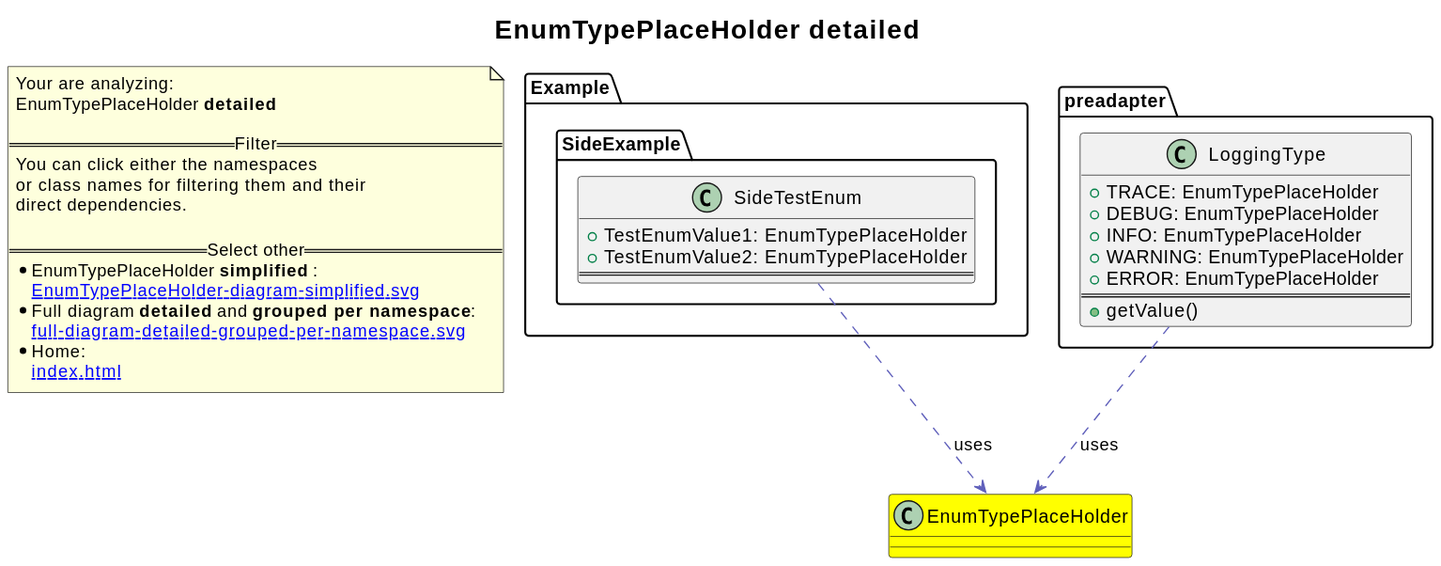
Earlier version of the PlantUML export revenger-java-adapter.out/EnumTypePlaceHolder-diagram-detailed.svg (2BlackCoffees/revenger). The source it was exported from:
```plantuml
@startuml
title <size:20>EnumTypePlaceHolder **detailed** </size>
note "Your are analyzing:\nEnumTypePlaceHolder **detailed** \n\n==Filter==\nYou can click either the namespaces \nor class names for filtering them and their\ndirect dependencies.\n\n==Select other==\n* EnumTypePlaceHolder **simplified** :\n   [[EnumTypePlaceHolder-diagram-simplified.svg]]\n* Full diagram **detailed** and **grouped per namespace**:\n   [[full-diagram-detailed-grouped-per-namespace.svg]]\n* Home:\n   [[index.html]]" as FloatingNote
class EnumTypePlaceHolder [[EnumTypePlaceHolder-diagram-detailed.svg]] #yellow {
}
  class Example.SideExample.SideTestEnum [[Example.SideExample.SideTestEnum-diagram-detailed.svg]]  {
    + TestEnumValue1: EnumTypePlaceHolder
    + TestEnumValue2: EnumTypePlaceHolder
==
  }
class preadapter.LoggingType [[preadapter.LoggingType-diagram-detailed.svg]]  {
  + TRACE: EnumTypePlaceHolder
  + DEBUG: EnumTypePlaceHolder
  + INFO: EnumTypePlaceHolder
  + WARNING: EnumTypePlaceHolder
  + ERROR: EnumTypePlaceHolder
==
  + getValue(<font color="6060BB"></font>)
}
Example.SideExample.SideTestEnum .[#6060BB].> EnumTypePlaceHolder  : uses
preadapter.LoggingType .[#6060BB].> EnumTypePlaceHolder  : uses
@enduml
```
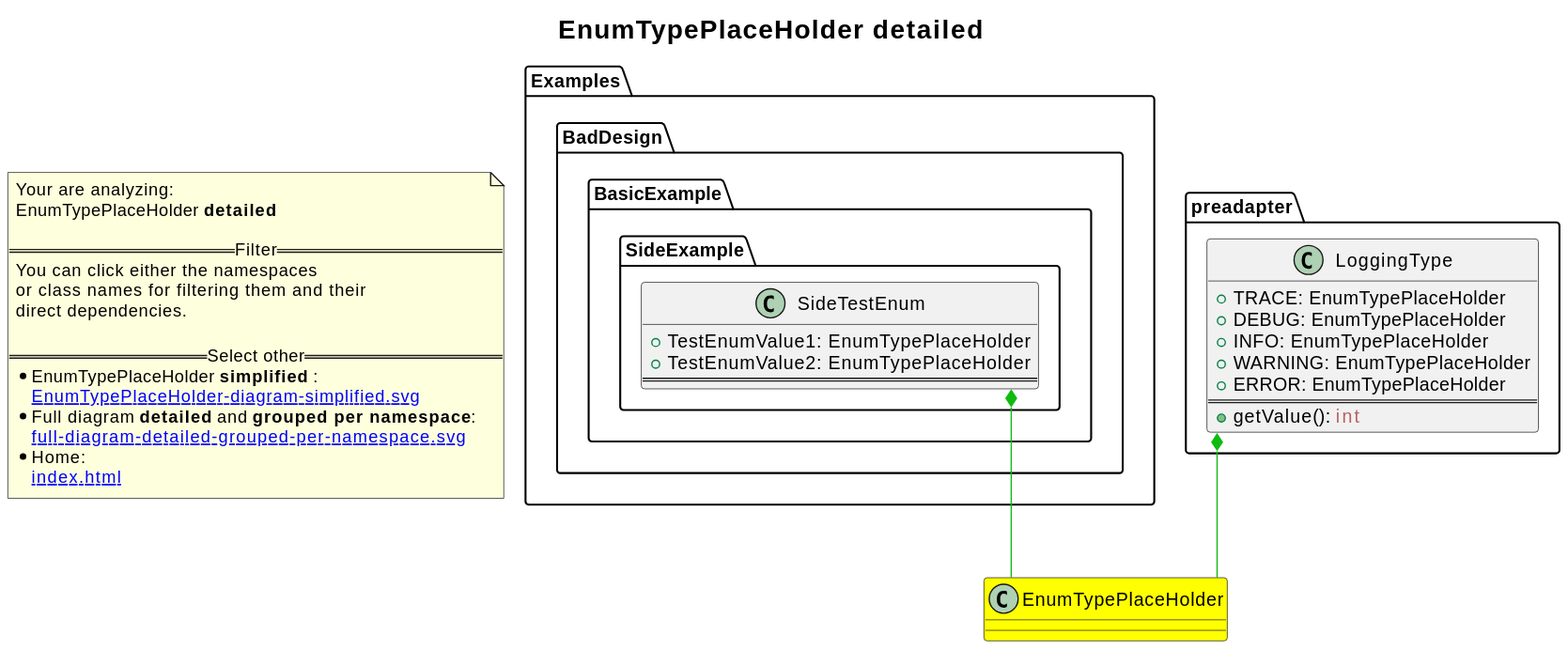
Later version of the same file.

Diff of the diagram source:
```diff
@@ -1,13 +1,14 @@
 @startuml
+skinparam linetype ortho
 title <size:20>EnumTypePlaceHolder **detailed** </size>
 note "Your are analyzing:\nEnumTypePlaceHolder **detailed** \n\n==Filter==\nYou can click either the namespaces \nor class names for filtering them and their\ndirect dependencies.\n\n==Select other==\n* EnumTypePlaceHolder **simplified** :\n   [[EnumTypePlaceHolder-diagram-simplified.svg]]\n* Full diagram **detailed** and **grouped per namespace**:\n   [[full-diagram-detailed-grouped-per-namespace.svg]]\n* Home:\n   [[index.html]]" as FloatingNote
 class EnumTypePlaceHolder [[EnumTypePlaceHolder-diagram-detailed.svg]] #yellow {
 }
-  class Example.SideExample.SideTestEnum [[Example.SideExample.SideTestEnum-diagram-detailed.svg]]  {
-    + TestEnumValue1: EnumTypePlaceHolder
-    + TestEnumValue2: EnumTypePlaceHolder
+      class Examples.BadDesign.BasicExample.SideExample.SideTestEnum [[Examples.BadDesign.BasicExample.SideExample.SideTestEnum-diagram-detailed.svg]]  {
+        + TestEnumValue1: EnumTypePlaceHolder
+        + TestEnumValue2: EnumTypePlaceHolder
 ==
-  }
+      }
 class preadapter.LoggingType [[preadapter.LoggingType-diagram-detailed.svg]]  {
   + TRACE: EnumTypePlaceHolder
   + DEBUG: EnumTypePlaceHolder
@@ -15,8 +16,8 @@
   + WARNING: EnumTypePlaceHolder
   + ERROR: EnumTypePlaceHolder
 ==
-  + getValue(<font color="6060BB"></font>)
+  + getValue(<font color="6060BB"></font>): <font color="BB6060">int</font>
 }
-Example.SideExample.SideTestEnum .[#6060BB].> EnumTypePlaceHolder  : uses
-preadapter.LoggingType .[#6060BB].> EnumTypePlaceHolder  : uses
+Examples.BadDesign.BasicExample.SideExample.SideTestEnum *-[#10BB10]- EnumTypePlaceHolder
+preadapter.LoggingType *-[#10BB10]- EnumTypePlaceHolder
 @enduml
```
